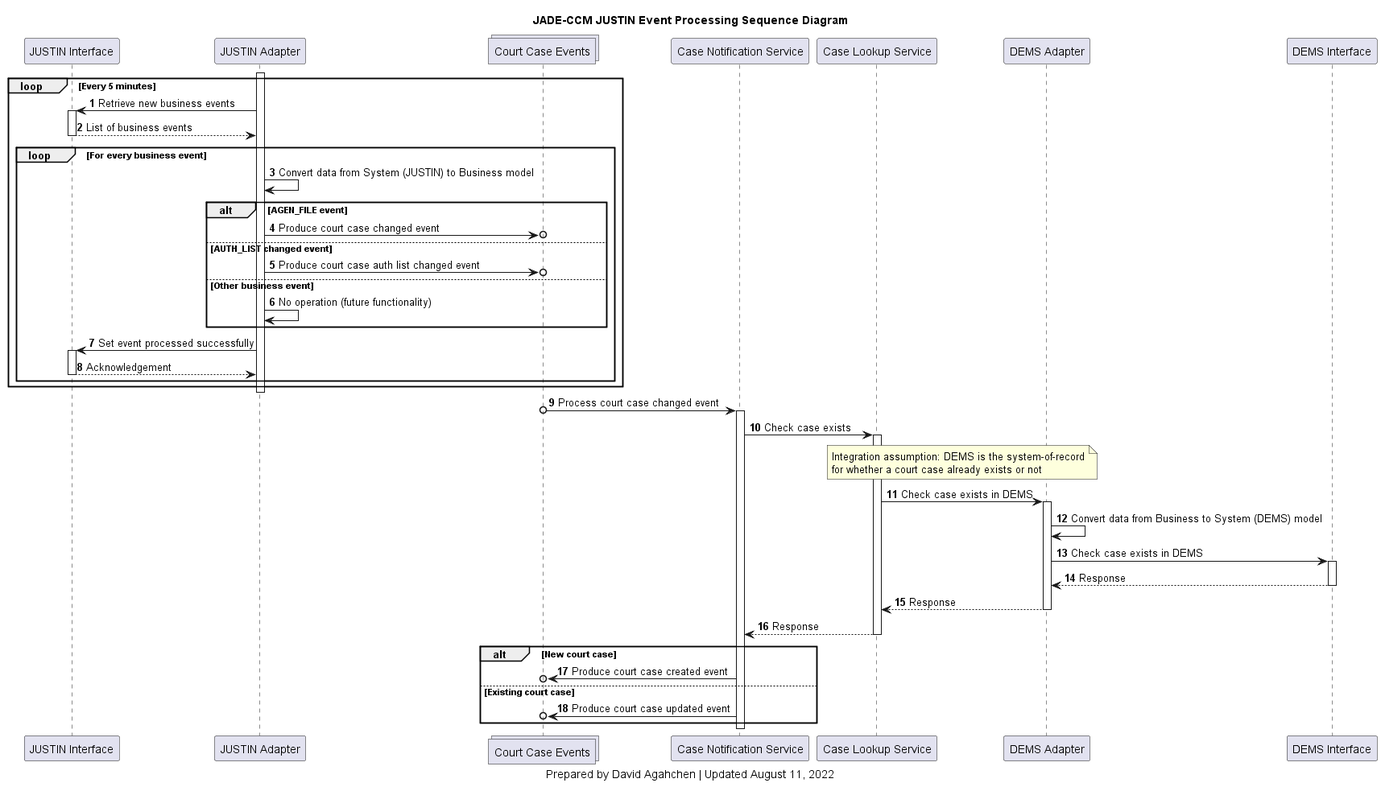
Above: img/ccm_justin_event_processing_sequence_diagram.png in bcgov/jpss-jade-ccm (PlantUML), before the change.
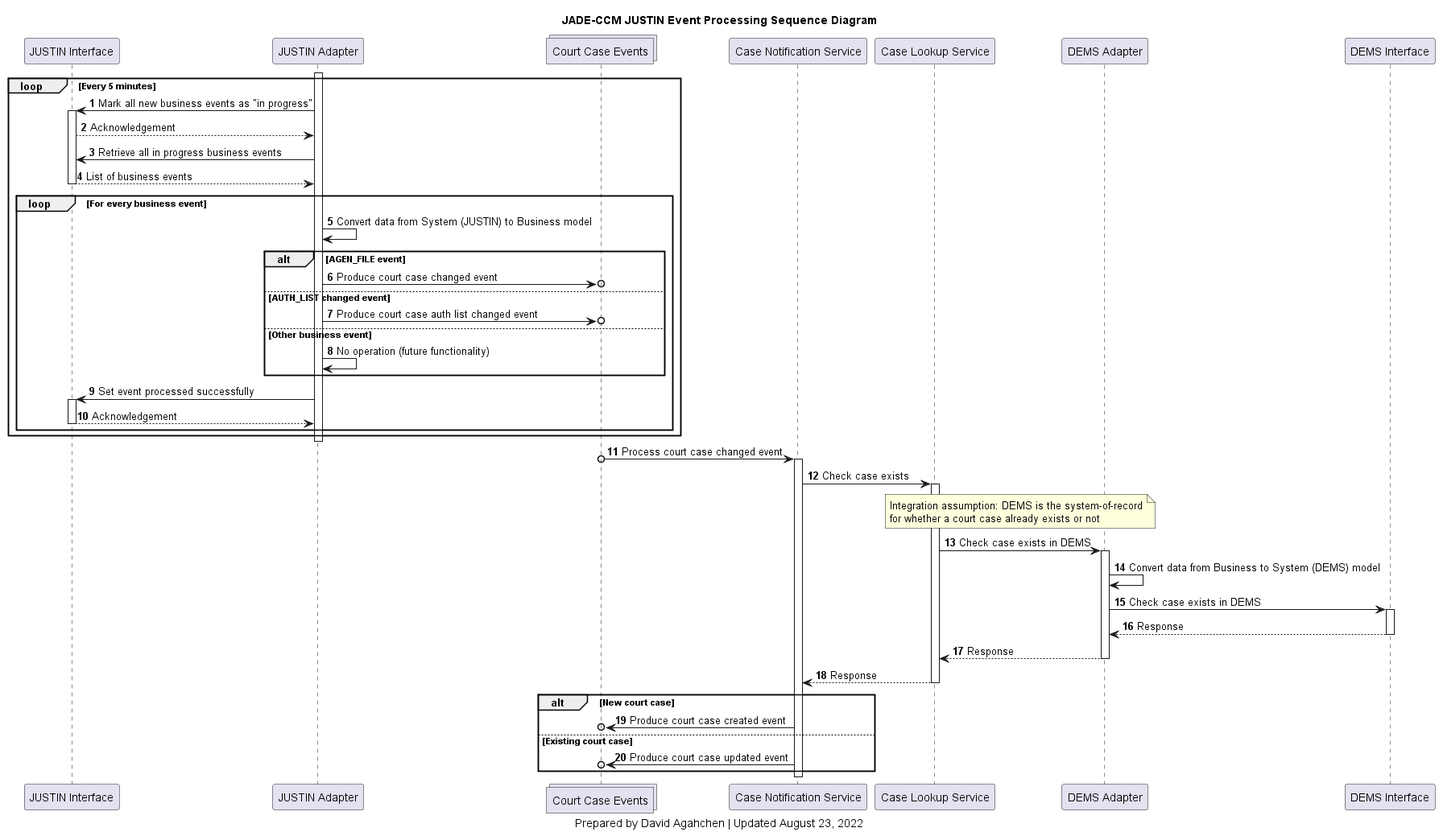
Above is the later version.

The edit, as a diff of the source:
```diff
@@ -15,8 +15,10 @@
 
 activate j_adapter
 loop Every 5 minutes
-    j_adapter-> j_interface: Retrieve new business events
+    j_adapter-> j_interface: Mark all new business events as "in progress"
     activate j_interface
+    j_interface --> j_adapter: Acknowledgement
+    j_adapter-> j_interface: Retrieve all in progress business events
     j_interface --> j_adapter: List of business events
     deactivate j_interface
     loop For every business event
@@ -63,6 +65,6 @@
 deactivate case_notification_service
 
 caption
-Prepared by David Agahchen | Updated August 11, 2022
+Prepared by David Agahchen | Updated August 23, 2022
 end caption
 @enduml
```
